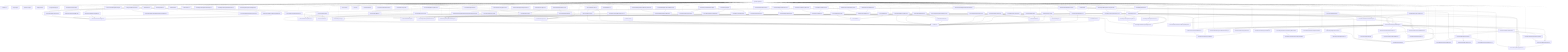
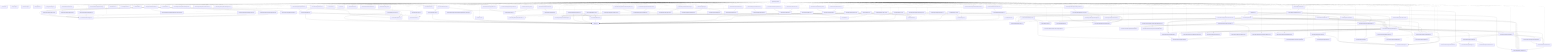
graph TD
  package__ankhorage_studio["@ankhorage/studio"]
  entrypoint_src_index_ts["src/index.ts"]
  package__ankhorage_studio --> entrypoint_src_index_ts
  module_knip_config_ts["knip.config.ts"]
  package__ankhorage_studio -.-> module_knip_config_ts
  module_paradox_config_ts["paradox.config.ts"]
  package__ankhorage_studio -.-> module_paradox_config_ts
  module_src_app_index_ts["src/app/index.ts"]
  package__ankhorage_studio -.-> module_src_app_index_ts
  module_src_app_StudioApp_tsx["src/app/StudioApp.tsx"]
  package__ankhorage_studio -.-> module_src_app_StudioApp_tsx
  module_src_app_StudioDashboard_tsx["src/app/StudioDashboard.tsx"]
  package__ankhorage_studio -.-> module_src_app_StudioDashboard_tsx
  module_src_app_StudioDashboard_tsx --> module_src_hooks_useProjects_ts
  module_src_app_StudioDashboard_tsx --> module_src_hooks_useTemplateSummaries_ts
  module_src_app_StudioDashboard_tsx --> module_src_modules_dashboard_platform_ts
  module_src_app_StudioDashboard_tsx --> module_src_modules_dashboard_search_ts
  module_src_app_StudioDashboard_tsx --> module_src_modules_dashboard_templates_ts
  module_src_app_StudioDashboard_tsx --> module_src_modules_dashboard_types_ts
  module_src_app_StudioDashboard_tsx --> module_src_modules_dashboard_ui_DashboardSectionHeader_tsx
  module_src_app_StudioDashboard_tsx --> module_src_modules_dashboard_ui_ProjectCard_tsx
  module_src_app_StudioDashboard_tsx --> module_src_modules_dashboard_ui_TemplateCard_tsx
  module_src_authFlowContract_test_ts["src/authFlowContract.test.ts"]
  package__ankhorage_studio -.-> module_src_authFlowContract_test_ts
  module_src_canvasDragModel_public_test_ts["src/canvasDragModel.public.test.ts"]
  package__ankhorage_studio -.-> module_src_canvasDragModel_public_test_ts
  module_src_canvasDragModel_public_test_ts --> module_src_canvasDragModel_ts
  module_src_canvasDragModel_public_test_ts --> module_src_canvasDropZones_ts
  module_src_canvasDragModel_test_ts["src/canvasDragModel.test.ts"]
  package__ankhorage_studio -.-> module_src_canvasDragModel_test_ts
  module_src_canvasDragModel_test_ts --> module_src_canvasDragModel_ts
  module_src_canvasDragModel_test_ts --> module_src_canvasDropZones_ts
  module_src_canvasDragModel_ts["src/canvasDragModel.ts"]
  package__ankhorage_studio -.-> module_src_canvasDragModel_ts
  module_src_canvasDragModel_ts --> module_src_canvasDropZones_ts
  module_src_canvasDragModel_ts --> module_src_index_ts
  module_src_canvasDropZones_test_ts["src/canvasDropZones.test.ts"]
  package__ankhorage_studio -.-> module_src_canvasDropZones_test_ts
  module_src_canvasDropZones_test_ts --> module_src_canvasDropZones_ts
  module_src_canvasDropZones_test_ts --> module_src_index_ts
  module_src_canvasDropZones_ts["src/canvasDropZones.ts"]
  package__ankhorage_studio -.-> module_src_canvasDropZones_ts
  module_src_canvasDropZones_ts --> module_src_index_ts
  module_src_cli_index_ts["src/cli/index.ts"]
  package__ankhorage_studio -.-> module_src_cli_index_ts
  module_src_cli_index_ts --> module_src_host_createStudioHost_ts
  module_src_cli_index_ts --> module_src_host_http_server_ts
  module_src_cli_index_ts --> module_src_host_templateRegistry_index_ts
  module_src_cli_index_ts --> module_src_host_utils_workspaceRoot_ts
  module_src_core_constants_ts["src/core/constants.ts"]
  package__ankhorage_studio -.-> module_src_core_constants_ts
  module_src_core_StudioContext_ts["src/core/StudioContext.ts"]
  package__ankhorage_studio -.-> module_src_core_StudioContext_ts
  module_src_core_StudioContext_ts --> module_src_index_ts
  module_src_core_studioPackageBoundary_ts["src/core/studioPackageBoundary.ts"]
  package__ankhorage_studio -.-> module_src_core_studioPackageBoundary_ts
  module_src_core_StudioProvider_ts["src/core/StudioProvider.ts"]
  package__ankhorage_studio -.-> module_src_core_StudioProvider_ts
  module_src_core_StudioProvider_ts --> module_src_core_StudioContext_ts
  module_src_core_StudioProvider_ts --> module_src_index_ts
  module_src_dnd_index_ts["src/dnd/index.ts"]
  package__ankhorage_studio -.-> module_src_dnd_index_ts
  module_src_dnd_primitives_ts["src/dnd/primitives.ts"]
  package__ankhorage_studio -.-> module_src_dnd_primitives_ts
  module_src_dnd_state_ts["src/dnd/state.ts"]
  package__ankhorage_studio -.-> module_src_dnd_state_ts
  module_src_hooks_useProjects_ts["src/hooks/useProjects.ts"]
  package__ankhorage_studio -.-> module_src_hooks_useProjects_ts
  module_src_hooks_useProjects_ts --> module_src_core_constants_ts
  module_src_hooks_useTemplateSummaries_ts["src/hooks/useTemplateSummaries.ts"]
  package__ankhorage_studio -.-> module_src_hooks_useTemplateSummaries_ts
  module_src_hooks_useTemplateSummaries_ts --> module_src_core_constants_ts
  module_src_hooks_useTemplateSummaries_ts --> module_src_modules_dashboard_types_ts
  module_src_host_createStudioHost_ts["src/host/createStudioHost.ts"]
  package__ankhorage_studio -.-> module_src_host_createStudioHost_ts
  module_src_host_createStudioHost_ts --> module_src_host_orchestrator_infraRuntime_ts
  module_src_host_createStudioHost_ts --> module_src_host_orchestrator_moduleManager_ts
  module_src_host_createStudioHost_ts --> module_src_host_orchestrator_projectManager_ts
  module_src_host_hostLifecycle_smoke_test_ts["src/host/hostLifecycle.smoke.test.ts"]
  package__ankhorage_studio -.-> module_src_host_hostLifecycle_smoke_test_ts
  module_src_host_hostLifecycle_smoke_test_ts --> module_src_host_orchestrator_moduleManager_ts
  module_src_host_hostLifecycle_smoke_test_ts --> module_src_host_orchestrator_projectManager_ts
  module_src_host_hostLifecycle_smoke_test_ts --> module_src_host_templateRegistry_index_ts
  module_src_host_hostOwnership_test_ts["src/host/hostOwnership.test.ts"]
  package__ankhorage_studio -.-> module_src_host_hostOwnership_test_ts
  module_src_host_hostOwnership_test_ts --> module_src_host_http_security_ts
  module_src_host_hostOwnership_test_ts --> module_src_host_orchestrator_projectPaths_ts
  module_src_host_hostOwnership_test_ts --> module_src_host_utils_workspaceRoot_ts
+   module_src_host_http_secretRoutes_ts["src/host/http/secretRoutes.ts"]
+   package__ankhorage_studio -.-> module_src_host_http_secretRoutes_ts
+   module_src_host_http_secretRoutes_ts --> module_src_host_orchestrator_projectManager_ts
+   module_src_host_http_secretRoutes_ts --> module_src_host_secrets_projectSecretService_ts
  module_src_host_http_security_ts["src/host/http/security.ts"]
  package__ankhorage_studio -.-> module_src_host_http_security_ts
  module_src_host_http_server_ts["src/host/http/server.ts"]
  package__ankhorage_studio -.-> module_src_host_http_server_ts
  module_src_host_http_server_ts --> module_src_host_http_security_ts
  module_src_host_http_server_ts --> module_src_host_orchestrator_infraRuntime_ts
  module_src_host_http_server_ts --> module_src_host_orchestrator_moduleManager_ts
  module_src_host_http_server_ts --> module_src_host_orchestrator_projectManager_ts
  module_src_host_http_server_ts --> module_src_host_orchestrator_resolveMutations_ts
  module_src_host_http_server_ts --> module_src_host_templateRegistry_index_ts
  module_src_host_http_server_ts --> module_src_host_utils_trimOutput_ts
  module_src_host_http_server_ts --> module_src_host_utils_workspaceRoot_ts
+   module_src_host_http_serverWithSecrets_ts["src/host/http/serverWithSecrets.ts"]
+   package__ankhorage_studio -.-> module_src_host_http_serverWithSecrets_ts
+   module_src_host_http_serverWithSecrets_ts --> module_src_host_http_secretRoutes_ts
+   module_src_host_http_serverWithSecrets_ts --> module_src_host_http_server_ts
+   module_src_host_http_serverWithSecrets_ts --> module_src_host_orchestrator_moduleManager_ts
+   module_src_host_http_serverWithSecrets_ts --> module_src_host_orchestrator_projectManager_ts
+   module_src_host_http_serverWithSecrets_ts --> module_src_host_utils_workspaceRoot_ts
  module_src_host_http_standalone_ts["src/host/http/standalone.ts"]
  package__ankhorage_studio -.-> module_src_host_http_standalone_ts
-   module_src_host_http_standalone_ts --> module_src_host_http_server_ts
+   module_src_host_http_standalone_ts --> module_src_host_http_serverWithSecrets_ts
  module_src_host_index_ts["src/host/index.ts"]
  package__ankhorage_studio -.-> module_src_host_index_ts
  module_src_host_layout_auth_resolveAuthLayoutPlan_test_ts["src/host/layout/auth/resolveAuthLayoutPlan.test.ts"]
  package__ankhorage_studio -.-> module_src_host_layout_auth_resolveAuthLayoutPlan_test_ts
  module_src_host_layout_auth_resolveAuthLayoutPlan_test_ts --> module_src_host_layout_auth_resolveAuthLayoutPlan_ts
  module_src_host_layout_auth_resolveAuthLayoutPlan_ts["src/host/layout/auth/resolveAuthLayoutPlan.ts"]
  package__ankhorage_studio -.-> module_src_host_layout_auth_resolveAuthLayoutPlan_ts
  module_src_host_layout_layoutGenerator_ts["src/host/layout/layoutGenerator.ts"]
  package__ankhorage_studio -.-> module_src_host_layout_layoutGenerator_ts
  module_src_host_layout_layoutGenerator_ts --> module_src_host_layout_auth_resolveAuthLayoutPlan_ts
  module_src_host_layout_layoutGenerator_ts --> module_src_host_layout_templates_index_ts
  module_src_host_layout_layoutGenerator_ts --> module_src_host_modules_layout_ts
  module_src_host_layout_templates_auth_adapter_ts["src/host/layout/templates/auth/adapter.ts"]
  package__ankhorage_studio -.-> module_src_host_layout_templates_auth_adapter_ts
  module_src_host_layout_templates_auth_screen_ts["src/host/layout/templates/auth/screen.ts"]
  package__ankhorage_studio -.-> module_src_host_layout_templates_auth_screen_ts
  module_src_host_layout_templates_auth_screen_ts --> module_src_host_layout_templates_utils_routes_ts
  module_src_host_layout_templates_auth_screen_ts --> module_src_host_layout_templates_utils_strings_ts
  module_src_host_layout_templates_auth_screen_ts --> module_src_host_layout_utils_escapeStringLiteral_ts
  module_src_host_layout_templates_auth_session_ts["src/host/layout/templates/auth/session.ts"]
  package__ankhorage_studio -.-> module_src_host_layout_templates_auth_session_ts
  module_src_host_layout_templates_auth_signOut_ts["src/host/layout/templates/auth/signOut.ts"]
  package__ankhorage_studio -.-> module_src_host_layout_templates_auth_signOut_ts
  module_src_host_layout_templates_index_ts["src/host/layout/templates/index.ts"]
  package__ankhorage_studio -.-> module_src_host_layout_templates_index_ts
  module_src_host_layout_templates_navigation_ts["src/host/layout/templates/navigation.ts"]
  package__ankhorage_studio -.-> module_src_host_layout_templates_navigation_ts
  module_src_host_layout_templates_navigation_ts --> module_src_host_layout_utils_escapeStringLiteral_ts
  module_src_host_layout_templates_nestedLayout_ts["src/host/layout/templates/nestedLayout.ts"]
  package__ankhorage_studio -.-> module_src_host_layout_templates_nestedLayout_ts
  module_src_host_layout_templates_nestedLayout_ts --> module_src_host_layout_templates_navigation_ts
  module_src_host_layout_templates_nestedLayout_ts --> module_src_host_layout_templates_utils_strings_ts
  module_src_host_layout_templates_redirect_ts["src/host/layout/templates/redirect.ts"]
  package__ankhorage_studio -.-> module_src_host_layout_templates_redirect_ts
  module_src_host_layout_templates_redirect_ts --> module_src_host_layout_utils_escapeStringLiteral_ts
  module_src_host_layout_templates_rootLayout_test_ts["src/host/layout/templates/rootLayout.test.ts"]
  package__ankhorage_studio -.-> module_src_host_layout_templates_rootLayout_test_ts
  module_src_host_layout_templates_rootLayout_test_ts --> module_src_host_layout_templates_rootLayout_ts
  module_src_host_layout_templates_rootLayout_ts["src/host/layout/templates/rootLayout.ts"]
  package__ankhorage_studio -.-> module_src_host_layout_templates_rootLayout_ts
  module_src_host_layout_templates_rootLayout_ts --> module_src_host_layout_templates_navigation_ts
  module_src_host_layout_templates_rootLayout_ts --> module_src_host_layout_templates_utils_routes_ts
  module_src_host_layout_templates_rootLayout_ts --> module_src_host_layout_utils_escapeStringLiteral_ts
  module_src_host_layout_templates_rootLayout_ts --> module_src_host_modules_layout_ts
  module_src_host_layout_templates_screen_ts["src/host/layout/templates/screen.ts"]
  package__ankhorage_studio -.-> module_src_host_layout_templates_screen_ts
  module_src_host_layout_templates_screen_ts --> module_src_host_layout_templates_utils_strings_ts
  module_src_host_layout_templates_screen_ts --> module_src_host_layout_utils_escapeStringLiteral_ts
  module_src_host_layout_templates_utils_routes_ts["src/host/layout/templates/utils/routes.ts"]
  package__ankhorage_studio -.-> module_src_host_layout_templates_utils_routes_ts
  module_src_host_layout_templates_utils_strings_ts["src/host/layout/templates/utils/strings.ts"]
  package__ankhorage_studio -.-> module_src_host_layout_templates_utils_strings_ts
  module_src_host_layout_utils_escapeStringLiteral_ts["src/host/layout/utils/escapeStringLiteral.ts"]
  package__ankhorage_studio -.-> module_src_host_layout_utils_escapeStringLiteral_ts
  module_src_host_manifestSystem_auth_index_ts["src/host/manifestSystem/auth/index.ts"]
  package__ankhorage_studio -.-> module_src_host_manifestSystem_auth_index_ts
  module_src_host_manifestSystem_auth_shared_global_auth_system_tpl_ts["src/host/manifestSystem/auth/shared/global.auth.system.tpl.ts"]
  package__ankhorage_studio -.-> module_src_host_manifestSystem_auth_shared_global_auth_system_tpl_ts
  module_src_host_manifestSystem_auth_shared_index_ts["src/host/manifestSystem/auth/shared/index.ts"]
  package__ankhorage_studio -.-> module_src_host_manifestSystem_auth_shared_index_ts
  module_src_host_manifestSystem_auth_shared_index_ts --> module_src_host_manifestSystem_auth_shared_global_auth_system_tpl_ts
  module_src_host_manifestSystem_auth_shared_index_ts --> module_src_host_manifestSystem_types_ts
  module_src_host_manifestSystem_index_ts["src/host/manifestSystem/index.ts"]
  package__ankhorage_studio -.-> module_src_host_manifestSystem_index_ts
  module_src_host_manifestSystem_index_ts --> module_src_host_manifestSystem_auth_index_ts
  module_src_host_manifestSystem_index_ts --> module_src_host_manifestSystem_types_ts
  module_src_host_manifestSystem_index_ts --> module_src_host_utils_requirementsInference_ts
  module_src_host_manifestSystem_types_ts["src/host/manifestSystem/types.ts"]
  package__ankhorage_studio -.-> module_src_host_manifestSystem_types_ts
  module_src_host_modules_catalog_ts["src/host/modules/catalog.ts"]
  package__ankhorage_studio -.-> module_src_host_modules_catalog_ts
  module_src_host_modules_catalog_ts --> module_src_host_modules_layout_ts
  module_src_host_modules_layout_ts["src/host/modules/layout.ts"]
  package__ankhorage_studio -.-> module_src_host_modules_layout_ts
  module_src_host_modules_runtime_LocalFsTargetAdapter_ts["src/host/modules/runtime/LocalFsTargetAdapter.ts"]
  package__ankhorage_studio -.-> module_src_host_modules_runtime_LocalFsTargetAdapter_ts
  module_src_host_orchestrator_generatedAppFiles_ts["src/host/orchestrator/generatedAppFiles.ts"]
  package__ankhorage_studio -.-> module_src_host_orchestrator_generatedAppFiles_ts
  module_src_host_orchestrator_generatedAppFiles_ts --> module_src_host_zoraExtensions_index_ts
  module_src_host_orchestrator_generatedRouteCleanup_ts["src/host/orchestrator/generatedRouteCleanup.ts"]
  package__ankhorage_studio -.-> module_src_host_orchestrator_generatedRouteCleanup_ts
  module_src_host_orchestrator_infraGenerator_ts["src/host/orchestrator/infraGenerator.ts"]
  package__ankhorage_studio -.-> module_src_host_orchestrator_infraGenerator_ts
  module_src_host_orchestrator_infraGenerator_ts --> module_src_host_orchestrator_infraValidation_ts
  module_src_host_orchestrator_infraRuntime_ts["src/host/orchestrator/infraRuntime.ts"]
  package__ankhorage_studio -.-> module_src_host_orchestrator_infraRuntime_ts
  module_src_host_orchestrator_infraRuntime_ts --> module_src_host_orchestrator_projectPaths_ts
  module_src_host_orchestrator_infraValidation_ts["src/host/orchestrator/infraValidation.ts"]
  package__ankhorage_studio -.-> module_src_host_orchestrator_infraValidation_ts
  module_src_host_orchestrator_moduleManager_ts["src/host/orchestrator/moduleManager.ts"]
  package__ankhorage_studio -.-> module_src_host_orchestrator_moduleManager_ts
  module_src_host_orchestrator_moduleManager_ts --> module_src_host_modules_catalog_ts
  module_src_host_orchestrator_moduleManager_ts --> module_src_host_modules_runtime_LocalFsTargetAdapter_ts
  module_src_host_orchestrator_moduleManager_ts --> module_src_host_orchestrator_projectManager_ts
  module_src_host_orchestrator_moduleManager_ts --> module_src_host_orchestrator_resolveMutations_ts
  module_src_host_orchestrator_projectDeletion_ts["src/host/orchestrator/projectDeletion.ts"]
  package__ankhorage_studio -.-> module_src_host_orchestrator_projectDeletion_ts
  module_src_host_orchestrator_projectManager_ts["src/host/orchestrator/projectManager.ts"]
  package__ankhorage_studio -.-> module_src_host_orchestrator_projectManager_ts
  module_src_host_orchestrator_projectManager_ts --> module_src_host_layout_layoutGenerator_ts
  module_src_host_orchestrator_projectManager_ts --> module_src_host_manifestSystem_index_ts
  module_src_host_orchestrator_projectManager_ts --> module_src_host_modules_layout_ts
  module_src_host_orchestrator_projectManager_ts --> module_src_host_orchestrator_generatedRouteCleanup_ts
  module_src_host_orchestrator_projectManager_ts --> module_src_host_orchestrator_infraGenerator_ts
  module_src_host_orchestrator_projectManager_ts --> module_src_host_orchestrator_infraRuntime_ts
  module_src_host_orchestrator_projectManager_ts --> module_src_host_orchestrator_projectDeletion_ts
  module_src_host_orchestrator_projectManager_ts --> module_src_host_orchestrator_projectPaths_ts
  module_src_host_orchestrator_projectManager_ts --> module_src_host_orchestrator_projectStore_ts
  module_src_host_orchestrator_projectManager_ts --> module_src_host_orchestrator_resolveMutations_ts
  module_src_host_orchestrator_projectManager_ts --> module_src_host_orchestrator_scaffolder_ts
  module_src_host_orchestrator_projectManager_ts --> module_src_host_orchestrator_templates_ts
  module_src_host_orchestrator_projectManager_ts --> module_src_host_orchestrator_workspaceRuntime_ts
  module_src_host_orchestrator_projectManager_ts --> module_src_host_templateRegistry_index_ts
  module_src_host_orchestrator_projectManager_ts --> module_src_host_zoraExtensions_index_ts
  module_src_host_orchestrator_projectPaths_ts["src/host/orchestrator/projectPaths.ts"]
  package__ankhorage_studio -.-> module_src_host_orchestrator_projectPaths_ts
  module_src_host_orchestrator_projectStore_ts["src/host/orchestrator/projectStore.ts"]
  package__ankhorage_studio -.-> module_src_host_orchestrator_projectStore_ts
  module_src_host_orchestrator_projectStore_ts --> module_src_host_orchestrator_projectPaths_ts
  module_src_host_orchestrator_resolveMutations_ts["src/host/orchestrator/resolveMutations.ts"]
  package__ankhorage_studio -.-> module_src_host_orchestrator_resolveMutations_ts
  module_src_host_orchestrator_resolveMutations_ts --> module_src_host_modules_catalog_ts
  module_src_host_orchestrator_resolveMutations_ts --> module_src_host_modules_layout_ts
  module_src_host_orchestrator_scaffolder_ts["src/host/orchestrator/scaffolder.ts"]
  package__ankhorage_studio -.-> module_src_host_orchestrator_scaffolder_ts
  module_src_host_orchestrator_scaffolder_ts --> module_src_host_manifestSystem_index_ts
  module_src_host_orchestrator_scaffolder_ts --> module_src_host_orchestrator_generatedAppFiles_ts
  module_src_host_orchestrator_scaffolder_ts --> module_src_host_orchestrator_templates_ts
  module_src_host_orchestrator_scaffolder_ts --> module_src_host_templateRegistry_index_ts
  module_src_host_orchestrator_scaffolder_ts --> module_src_host_zoraExtensions_index_ts
  module_src_host_orchestrator_templates_ts["src/host/orchestrator/templates.ts"]
  package__ankhorage_studio -.-> module_src_host_orchestrator_templates_ts
  module_src_host_orchestrator_workspaceRuntime_ts["src/host/orchestrator/workspaceRuntime.ts"]
  package__ankhorage_studio -.-> module_src_host_orchestrator_workspaceRuntime_ts
+   module_src_host_secrets_bunSupabaseVaultClient_ts["src/host/secrets/bunSupabaseVaultClient.ts"]
+   package__ankhorage_studio -.-> module_src_host_secrets_bunSupabaseVaultClient_ts
+   module_src_host_secrets_projectSecretService_test_ts["src/host/secrets/projectSecretService.test.ts"]
+   package__ankhorage_studio -.-> module_src_host_secrets_projectSecretService_test_ts
+   module_src_host_secrets_projectSecretService_test_ts --> module_src_host_secrets_projectSecretService_ts
+   module_src_host_secrets_projectSecretService_ts["src/host/secrets/projectSecretService.ts"]
+   package__ankhorage_studio -.-> module_src_host_secrets_projectSecretService_ts
+   module_src_host_secrets_projectSecretService_ts --> module_src_host_orchestrator_projectManager_ts
+   module_src_host_secrets_projectSecretService_ts --> module_src_host_orchestrator_projectPaths_ts
+   module_src_host_secrets_projectSecretService_ts --> module_src_host_secrets_bunSupabaseVaultClient_ts
+   module_src_host_secrets_projectSecretService_ts --> module_src_host_secrets_resolveProjectSecretDatabaseUrl_ts
+   module_src_host_secrets_resolveProjectSecretDatabaseUrl_test_ts["src/host/secrets/resolveProjectSecretDatabaseUrl.test.ts"]
+   package__ankhorage_studio -.-> module_src_host_secrets_resolveProjectSecretDatabaseUrl_test_ts
+   module_src_host_secrets_resolveProjectSecretDatabaseUrl_test_ts --> module_src_host_secrets_resolveProjectSecretDatabaseUrl_ts
+   module_src_host_secrets_resolveProjectSecretDatabaseUrl_ts["src/host/secrets/resolveProjectSecretDatabaseUrl.ts"]
+   package__ankhorage_studio -.-> module_src_host_secrets_resolveProjectSecretDatabaseUrl_ts
  module_src_host_templateRegistry_index_ts["src/host/templateRegistry/index.ts"]
  package__ankhorage_studio -.-> module_src_host_templateRegistry_index_ts
  module_src_host_utils_requirementsInference_ts["src/host/utils/requirementsInference.ts"]
  package__ankhorage_studio -.-> module_src_host_utils_requirementsInference_ts
  module_src_host_utils_trimOutput_ts["src/host/utils/trimOutput.ts"]
  package__ankhorage_studio -.-> module_src_host_utils_trimOutput_ts
  module_src_host_utils_workspaceRoot_ts["src/host/utils/workspaceRoot.ts"]
  package__ankhorage_studio -.-> module_src_host_utils_workspaceRoot_ts
  module_src_host_zoraExtensions_index_ts["src/host/zoraExtensions/index.ts"]
  package__ankhorage_studio -.-> module_src_host_zoraExtensions_index_ts
  module_src_host_zoraExtensions_index_ts --> module_src_host_templateRegistry_index_ts
  module_src_index_test_ts["src/index.test.ts"]
  package__ankhorage_studio -.-> module_src_index_test_ts
  module_src_index_test_ts --> module_src_index_ts
  module_src_index_ts["src/index.ts"]
  module_src_insertModalModel_public_test_ts["src/insertModalModel.public.test.ts"]
  package__ankhorage_studio -.-> module_src_insertModalModel_public_test_ts
  module_src_insertModalModel_public_test_ts --> module_src_index_ts
  module_src_insertModalModel_public_test_ts --> module_src_insertModalModel_ts
  module_src_insertModalModel_test_ts["src/insertModalModel.test.ts"]
  package__ankhorage_studio -.-> module_src_insertModalModel_test_ts
  module_src_insertModalModel_test_ts --> module_src_index_ts
  module_src_insertModalModel_test_ts --> module_src_insertModalModel_ts
  module_src_insertModalModel_ts["src/insertModalModel.ts"]
  package__ankhorage_studio -.-> module_src_insertModalModel_ts
  module_src_insertModalModel_ts --> module_src_index_ts
  module_src_localizationConfig_public_test_ts["src/localizationConfig.public.test.ts"]
  package__ankhorage_studio -.-> module_src_localizationConfig_public_test_ts
  module_src_localizationConfig_public_test_ts --> module_src_localizationConfig_ts
  module_src_localizationConfig_test_ts["src/localizationConfig.test.ts"]
  package__ankhorage_studio -.-> module_src_localizationConfig_test_ts
  module_src_localizationConfig_test_ts --> module_src_localizationConfig_ts
  module_src_localizationConfig_ts["src/localizationConfig.ts"]
  package__ankhorage_studio -.-> module_src_localizationConfig_ts
  module_src_localizationPanelModel_test_ts["src/localizationPanelModel.test.ts"]
  package__ankhorage_studio -.-> module_src_localizationPanelModel_test_ts
  module_src_localizationPanelModel_test_ts --> module_src_localizationPanelModel_ts
  module_src_localizationPanelModel_ts["src/localizationPanelModel.ts"]
  package__ankhorage_studio -.-> module_src_localizationPanelModel_ts
  module_src_manifestNavigatorPreviewModel_public_test_ts["src/manifestNavigatorPreviewModel.public.test.ts"]
  package__ankhorage_studio -.-> module_src_manifestNavigatorPreviewModel_public_test_ts
  module_src_manifestNavigatorPreviewModel_public_test_ts --> module_src_manifestNavigatorPreviewModel_ts
  module_src_manifestNavigatorPreviewModel_test_ts["src/manifestNavigatorPreviewModel.test.ts"]
  package__ankhorage_studio -.-> module_src_manifestNavigatorPreviewModel_test_ts
  module_src_manifestNavigatorPreviewModel_test_ts --> module_src_manifestNavigatorPreviewModel_ts
  module_src_manifestNavigatorPreviewModel_ts["src/manifestNavigatorPreviewModel.ts"]
  package__ankhorage_studio -.-> module_src_manifestNavigatorPreviewModel_ts
  module_src_manifestNavigatorPreviewModel_ts --> module_src_routeUtils_ts
  module_src_manifestState_public_test_ts["src/manifestState.public.test.ts"]
  package__ankhorage_studio -.-> module_src_manifestState_public_test_ts
  module_src_manifestState_public_test_ts --> module_src_index_ts
  module_src_manifestState_public_test_ts --> module_src_manifestState_ts
  module_src_manifestState_routes_test_ts["src/manifestState.routes.test.ts"]
  package__ankhorage_studio -.-> module_src_manifestState_routes_test_ts
  module_src_manifestState_routes_test_ts --> module_src_index_ts
  module_src_manifestState_routes_test_ts --> module_src_manifestState_ts
  module_src_manifestState_test_ts["src/manifestState.test.ts"]
  package__ankhorage_studio -.-> module_src_manifestState_test_ts
  module_src_manifestState_test_ts --> module_src_index_ts
  module_src_manifestState_test_ts --> module_src_manifestState_ts
  module_src_manifestState_ts["src/manifestState.ts"]
  package__ankhorage_studio -.-> module_src_manifestState_ts
  module_src_manifestState_ts --> module_src_index_ts
  module_src_manifestSync_test_ts["src/manifestSync.test.ts"]
  package__ankhorage_studio -.-> module_src_manifestSync_test_ts
  module_src_manifestSync_test_ts --> module_src_index_ts
  module_src_manifestSync_test_ts --> module_src_manifestSync_ts
  module_src_manifestSync_ts["src/manifestSync.ts"]
  package__ankhorage_studio -.-> module_src_manifestSync_ts
  module_src_manifestSync_ts --> module_src_index_ts
  module_src_modules_dashboard_platform_ts["src/modules/dashboard/platform.ts"]
  package__ankhorage_studio -.-> module_src_modules_dashboard_platform_ts
  module_src_modules_dashboard_search_ts["src/modules/dashboard/search.ts"]
  package__ankhorage_studio -.-> module_src_modules_dashboard_search_ts
  module_src_modules_dashboard_search_ts --> module_src_modules_dashboard_types_ts
  module_src_modules_dashboard_templates_ts["src/modules/dashboard/templates.ts"]
  package__ankhorage_studio -.-> module_src_modules_dashboard_templates_ts
  module_src_modules_dashboard_templates_ts --> module_src_modules_dashboard_types_ts
  module_src_modules_dashboard_types_ts["src/modules/dashboard/types.ts"]
  package__ankhorage_studio -.-> module_src_modules_dashboard_types_ts
  module_src_modules_dashboard_ui_DashboardSectionHeader_tsx["src/modules/dashboard/ui/DashboardSectionHeader.tsx"]
  package__ankhorage_studio -.-> module_src_modules_dashboard_ui_DashboardSectionHeader_tsx
  module_src_modules_dashboard_ui_ProjectCard_tsx["src/modules/dashboard/ui/ProjectCard.tsx"]
  package__ankhorage_studio -.-> module_src_modules_dashboard_ui_ProjectCard_tsx
  module_src_modules_dashboard_ui_ProjectCard_tsx --> module_src_modules_dashboard_types_ts
  module_src_modules_dashboard_ui_TemplateCard_tsx["src/modules/dashboard/ui/TemplateCard.tsx"]
  package__ankhorage_studio -.-> module_src_modules_dashboard_ui_TemplateCard_tsx
  module_src_modules_dashboard_ui_TemplateCard_tsx --> module_src_modules_dashboard_types_ts
  module_src_root_test_ts["src/root.test.ts"]
  package__ankhorage_studio -.-> module_src_root_test_ts
  module_src_root_ts["src/root.ts"]
  package__ankhorage_studio -.-> module_src_root_ts
  module_src_routeUtils_public_test_ts["src/routeUtils.public.test.ts"]
  package__ankhorage_studio -.-> module_src_routeUtils_public_test_ts
  module_src_routeUtils_public_test_ts --> module_src_routeUtils_ts
  module_src_routeUtils_test_ts["src/routeUtils.test.ts"]
  package__ankhorage_studio -.-> module_src_routeUtils_test_ts
  module_src_routeUtils_test_ts --> module_src_routeUtils_ts
  module_src_routeUtils_ts["src/routeUtils.ts"]
  package__ankhorage_studio -.-> module_src_routeUtils_ts
  module_src_runtime_actionSuppression_ts["src/runtime/actionSuppression.ts"]
  package__ankhorage_studio -.-> module_src_runtime_actionSuppression_ts
  module_src_runtime_appExtensionRegistry_ts["src/runtime/appExtensionRegistry.ts"]
  package__ankhorage_studio -.-> module_src_runtime_appExtensionRegistry_ts
  module_src_runtime_index_ts["src/runtime/index.ts"]
  package__ankhorage_studio -.-> module_src_runtime_index_ts
  module_src_runtime_localizationPreview_ts["src/runtime/localizationPreview.ts"]
  package__ankhorage_studio -.-> module_src_runtime_localizationPreview_ts
  module_src_runtime_overlay_test_ts["src/runtime/overlay.test.ts"]
  package__ankhorage_studio -.-> module_src_runtime_overlay_test_ts
  module_src_runtime_previewRegistry_ts["src/runtime/previewRegistry.ts"]
  package__ankhorage_studio -.-> module_src_runtime_previewRegistry_ts
  module_src_runtime_previewRuntimeConfig_ts["src/runtime/previewRuntimeConfig.ts"]
  package__ankhorage_studio -.-> module_src_runtime_previewRuntimeConfig_ts
  module_src_runtime_previewRuntimeConfig_ts --> module_src_runtime_actionSuppression_ts
  module_src_runtime_previewRuntimeConfig_ts --> module_src_runtime_previewRegistry_ts
  module_src_runtime_registry_tsx["src/runtime/registry.tsx"]
  package__ankhorage_studio -.-> module_src_runtime_registry_tsx
  module_src_runtime_registry_tsx --> module_src_runtime_appExtensionRegistry_ts
  module_src_runtime_runtimeActions_ts["src/runtime/runtimeActions.ts"]
  package__ankhorage_studio -.-> module_src_runtime_runtimeActions_ts
  module_src_runtime_useRuntimeAction_ts["src/runtime/useRuntimeAction.ts"]
  package__ankhorage_studio -.-> module_src_runtime_useRuntimeAction_ts
  module_src_runtime_useRuntimeAction_ts --> module_src_runtime_runtimeActions_ts
  module_src_runtimeDiagnosticsModel_test_ts["src/runtimeDiagnosticsModel.test.ts"]
  package__ankhorage_studio -.-> module_src_runtimeDiagnosticsModel_test_ts
  module_src_runtimeDiagnosticsModel_test_ts --> module_src_runtimeDiagnosticsModel_ts
  module_src_runtimeDiagnosticsModel_ts["src/runtimeDiagnosticsModel.ts"]
  package__ankhorage_studio -.-> module_src_runtimeDiagnosticsModel_ts
  module_src_runtimeLocalization_public_test_ts["src/runtimeLocalization.public.test.ts"]
  package__ankhorage_studio -.-> module_src_runtimeLocalization_public_test_ts
  module_src_runtimeLocalization_public_test_ts --> module_src_runtimeLocalization_ts
  module_src_runtimeLocalization_test_ts["src/runtimeLocalization.test.ts"]
  package__ankhorage_studio -.-> module_src_runtimeLocalization_test_ts
  module_src_runtimeLocalization_test_ts --> module_src_runtimeLocalization_ts
  module_src_runtimeLocalization_ts["src/runtimeLocalization.ts"]
  package__ankhorage_studio -.-> module_src_runtimeLocalization_ts
  module_src_studioAdminRouteModel_test_ts["src/studioAdminRouteModel.test.ts"]
  package__ankhorage_studio -.-> module_src_studioAdminRouteModel_test_ts
  module_src_studioAdminRouteModel_test_ts --> module_src_studioAdminRouteModel_ts
  module_src_studioAdminRouteModel_ts["src/studioAdminRouteModel.ts"]
  package__ankhorage_studio -.-> module_src_studioAdminRouteModel_ts
  module_src_studioAdminRouteModel_ts --> module_src_index_ts
  module_src_studioSelectionModel_knip_test_ts["src/studioSelectionModel.knip.test.ts"]
  package__ankhorage_studio -.-> module_src_studioSelectionModel_knip_test_ts
  module_src_studioSelectionModel_knip_test_ts --> module_src_studioSelectionModel_ts
  module_src_studioSelectionModel_test_ts["src/studioSelectionModel.test.ts"]
  package__ankhorage_studio -.-> module_src_studioSelectionModel_test_ts
  module_src_studioSelectionModel_test_ts --> module_src_studioSelectionModel_ts
  module_src_studioSelectionModel_ts["src/studioSelectionModel.ts"]
  package__ankhorage_studio -.-> module_src_studioSelectionModel_ts
  module_src_ui_AnkhStudio_ts["src/ui/AnkhStudio.ts"]
  package__ankhorage_studio -.-> module_src_ui_AnkhStudio_ts
  module_src_ui_AnkhStudio_ts --> module_src_core_StudioContext_ts
  module_src_ui_useStudioAppBarAugmentation_ts["src/ui/useStudioAppBarAugmentation.ts"]
  package__ankhorage_studio -.-> module_src_ui_useStudioAppBarAugmentation_ts
  module_src_utils_treeUtils_ts["src/utils/treeUtils.ts"]
  package__ankhorage_studio -.-> module_src_utils_treeUtils_ts
  module_src_utils_treeUtils_ts --> module_src_index_ts
